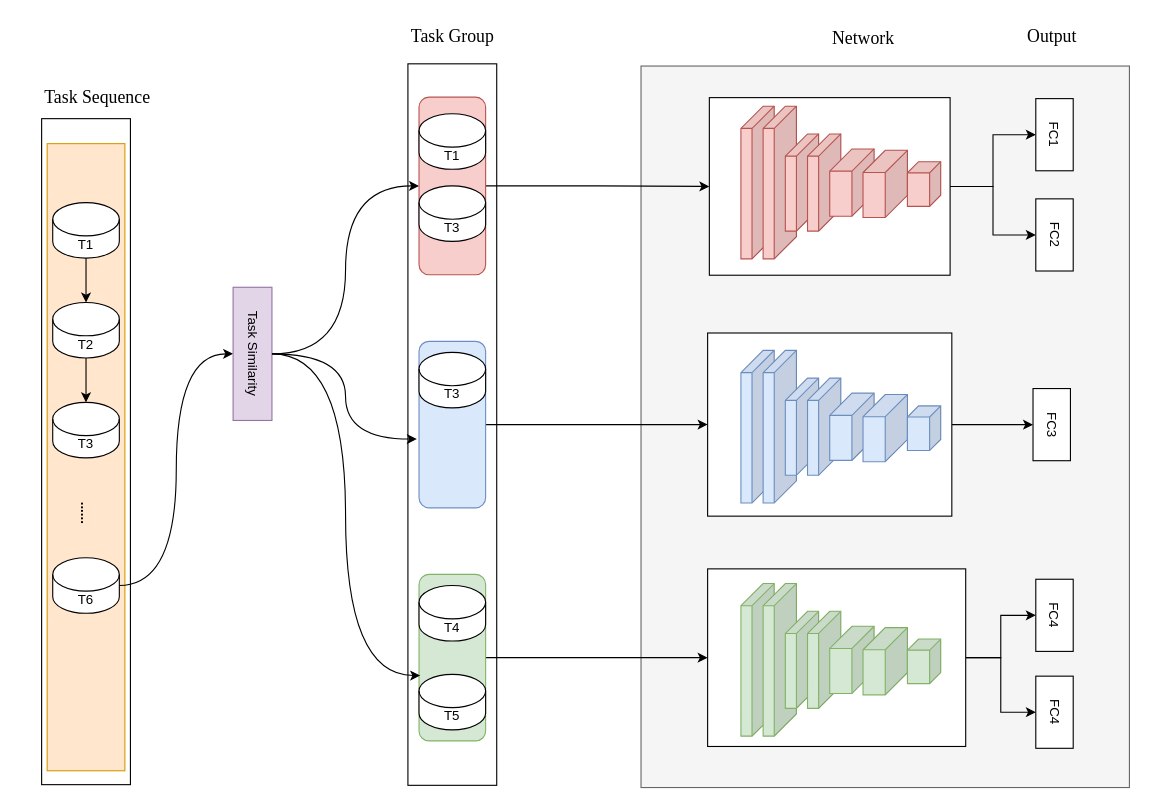
Before: 模型扩展.drawio in ZLey373/ImagesXMind, a draw.io diagram. Source tidied: cells renumbered, new cells numbered last; positions are measured from the earlier drawing's top-left corner, leaving out a move shared by most shapes. Both pictures are drawn from the tidied source at 111%, with x=0, y=0 at pixel (-248, 19).
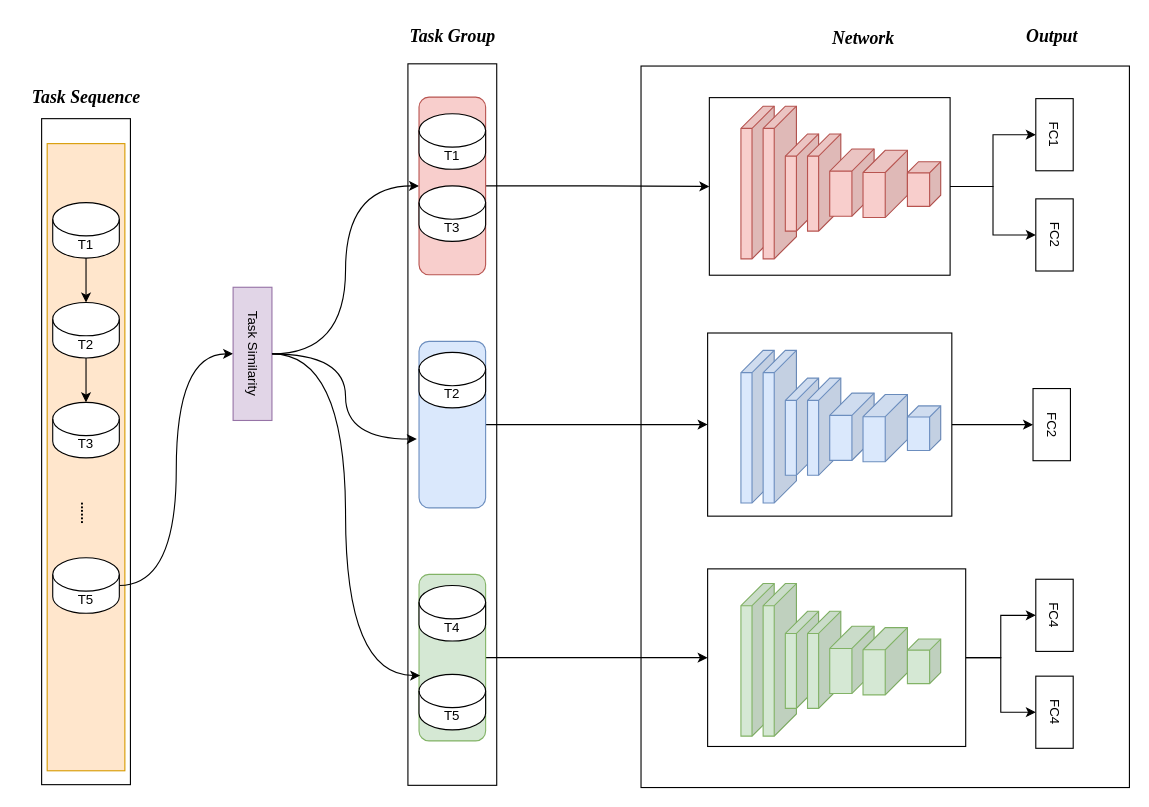
The same page after the edit.

Commit message (it also covers changes not shown here):
更新模型扩展.drawio

What changed in the source:
```diff
@@
-    <mxCell id="2" style="rounded=0;whiteSpace=wrap;html=1;fillColor=#f5f5f5;strokeColor=#666666;fontColor=#333333;" parent="1" vertex="1">
+    <mxCell id="2" style="rounded=0;whiteSpace=wrap;html=1;" parent="1" vertex="1">
       <mxGeometry x="800" y="42" width="440" height="650" as="geometry" />
     </mxCell>
@@
-    <mxCell id="12" value="T6" style="shape=cylinder3;whiteSpace=wrap;html=1;boundedLbl=1;backgroundOutline=1;size=15;" parent="1" vertex="1">
+    <mxCell id="12" value="T5" style="shape=cylinder3;whiteSpace=wrap;html=1;boundedLbl=1;backgroundOutline=1;size=15;" parent="1" vertex="1">
       <mxGeometry x="270" y="485" width="60" height="50" as="geometry" />
     </mxCell>
@@
-    <mxCell id="31" value="&lt;font style=&quot;font-size: 16px;&quot; face=&quot;Times New Roman&quot;&gt;Task Group&lt;/font&gt;" style="text;html=1;align=center;verticalAlign=middle;strokeColor=none;fillColor=none;" parent="1" vertex="1">
+    <mxCell id="31" value="&lt;font style=&quot;font-size: 16px;&quot; face=&quot;Times New Roman&quot;&gt;&lt;b&gt;&lt;i&gt;Task Group&lt;/i&gt;&lt;/b&gt;&lt;/font&gt;" style="text;html=1;align=center;verticalAlign=middle;strokeColor=none;fillColor=none;" parent="1" vertex="1">
       <mxGeometry x="580" width="100" height="30" as="geometry" />
     </mxCell>
-    <mxCell id="32" value="&lt;font style=&quot;font-size: 16px;&quot; face=&quot;Times New Roman&quot;&gt;Task Sequence&lt;/font&gt;" style="text;html=1;align=center;verticalAlign=middle;strokeColor=none;fillColor=none;rotation=0;" parent="1" vertex="1">
-      <mxGeometry x="250" y="55" width="120" height="30" as="geometry" />
+    <mxCell id="32" value="&lt;font style=&quot;font-size: 16px;&quot; face=&quot;Times New Roman&quot;&gt;&lt;b&gt;&lt;i&gt;Task Sequence&lt;/i&gt;&lt;/b&gt;&lt;/font&gt;" style="text;html=1;align=center;verticalAlign=middle;strokeColor=none;fillColor=none;rotation=0;" parent="1" vertex="1">
+      <mxGeometry x="240" y="55" width="120" height="30" as="geometry" />
     </mxCell>
-    <mxCell id="33" value="&lt;font face=&quot;Times New Roman&quot; style=&quot;font-size: 16px;&quot;&gt;Network&lt;/font&gt;" style="text;html=1;align=center;verticalAlign=middle;strokeColor=none;fillColor=none;" parent="1" vertex="1">
+    <mxCell id="33" value="&lt;font face=&quot;Times New Roman&quot; style=&quot;font-size: 16px;&quot;&gt;&lt;i&gt;&lt;b&gt;Network&lt;/b&gt;&lt;/i&gt;&lt;/font&gt;" style="text;html=1;align=center;verticalAlign=middle;strokeColor=none;fillColor=none;" parent="1" vertex="1">
       <mxGeometry x="960" y="2" width="80" height="30" as="geometry" />
     </mxCell>
@@
-    <mxCell id="36" value="T3" style="shape=cylinder3;whiteSpace=wrap;html=1;boundedLbl=1;backgroundOutline=1;size=15;" parent="1" vertex="1">
+    <mxCell id="36" value="T2" style="shape=cylinder3;whiteSpace=wrap;html=1;boundedLbl=1;backgroundOutline=1;size=15;" parent="1" vertex="1">
       <mxGeometry x="600" y="300" width="60" height="50" as="geometry" />
     </mxCell>
@@
-    <mxCell id="62" value="FC3" style="whiteSpace=wrap;html=1;rotation=90;" parent="1" vertex="1">
+    <mxCell id="62" value="FC2" style="whiteSpace=wrap;html=1;rotation=90;" parent="1" vertex="1">
       <mxGeometry x="1137.5" y="348.2" width="65" height="33.7" as="geometry" />
     </mxCell>
@@
-    <mxCell id="66" value="&lt;font style=&quot;font-size: 16px;&quot; face=&quot;Times New Roman&quot;&gt;Output&lt;/font&gt;" style="text;html=1;align=center;verticalAlign=middle;strokeColor=none;fillColor=none;" parent="1" vertex="1">
+    <mxCell id="66" value="&lt;font style=&quot;font-size: 16px;&quot; face=&quot;Times New Roman&quot;&gt;&lt;b&gt;&lt;i&gt;Output&lt;/i&gt;&lt;/b&gt;&lt;/font&gt;" style="text;html=1;align=center;verticalAlign=middle;strokeColor=none;fillColor=none;" parent="1" vertex="1">
       <mxGeometry x="1135" width="70" height="30" as="geometry" />
     </mxCell>
```
